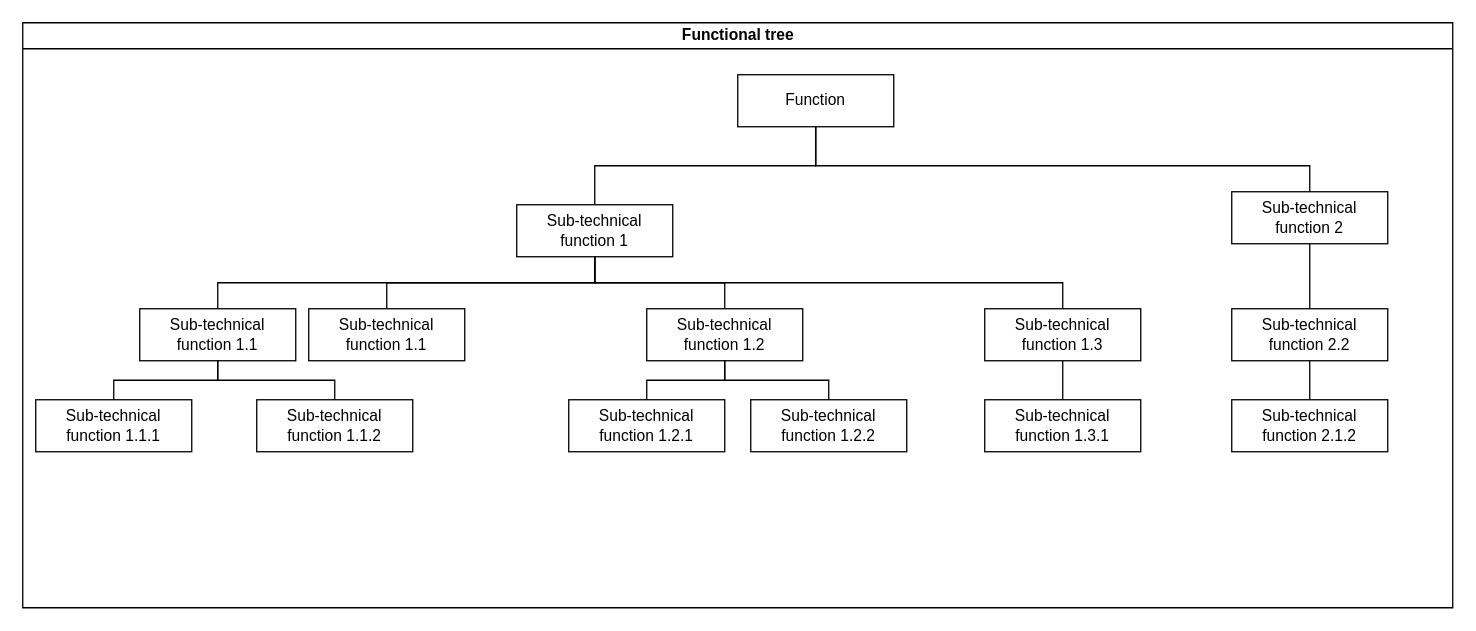
The draw.io diagram Functional tree for template.drawio in amerezoji1362/drawio-github, before the edit. Source tidied: cells renumbered, new cells numbered last; positions are measured from the earlier drawing's top-left corner, leaving out a move shared by most shapes. Both pictures are drawn from the tidied source at 130%, with x=0, y=0 at pixel (22, 22).
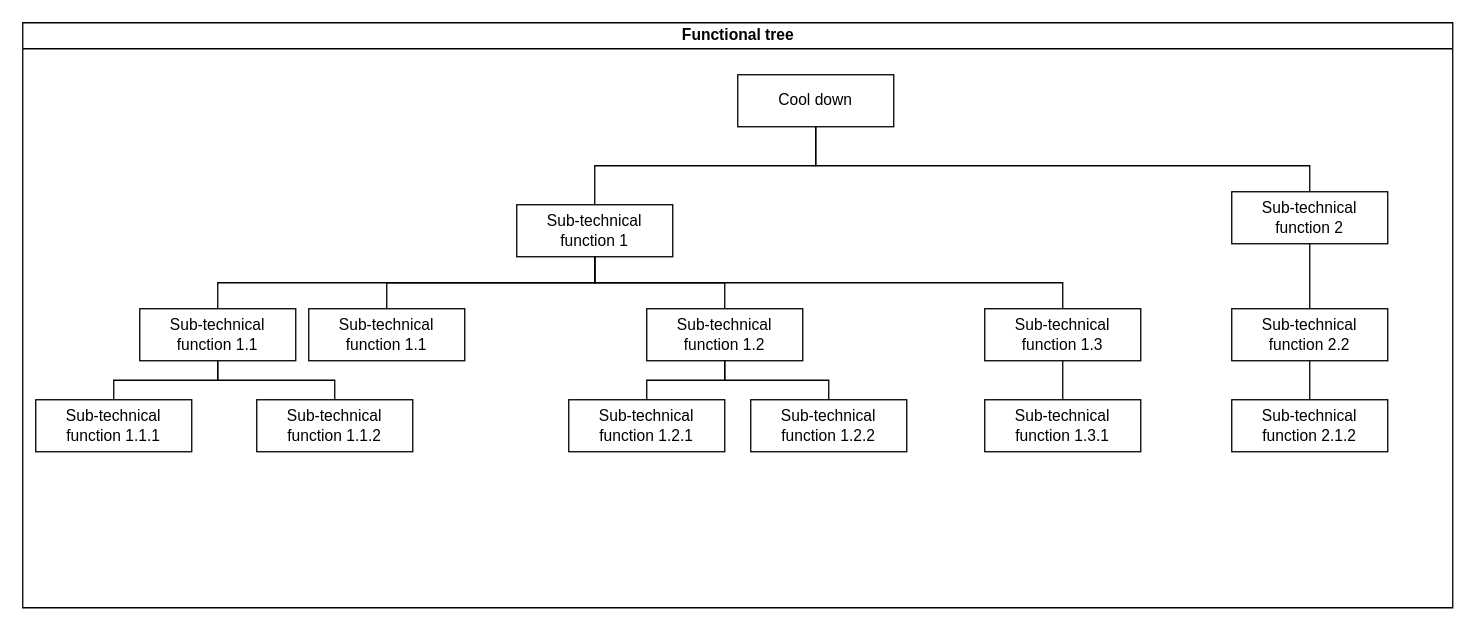
The same page after the edit.

Unchanged cells that the change refers to:
```xml
<mxCell id="2" value="Functional tree" style="swimlane;html=1;startSize=20;horizontal=1;containerType=tree;" parent="1" vertex="1">
  <mxGeometry width="1100" height="450" as="geometry" />
</mxCell>
```

The edit, as a diff of the source:
```diff
@@
-    <mxCell id="4" value="Function" style="whiteSpace=wrap;html=1;newEdgeStyle={&quot;edgeStyle&quot;:&quot;elbowEdgeStyle&quot;,&quot;startArrow&quot;:&quot;none&quot;,&quot;endArrow&quot;:&quot;none&quot;};" parent="2" vertex="1">
+    <mxCell id="4" value="Cool down" style="whiteSpace=wrap;html=1;newEdgeStyle={&quot;edgeStyle&quot;:&quot;elbowEdgeStyle&quot;,&quot;startArrow&quot;:&quot;none&quot;,&quot;endArrow&quot;:&quot;none&quot;};" parent="2" vertex="1">
       <mxGeometry x="550" y="40" width="120" height="40" as="geometry" />
     </mxCell>
```
